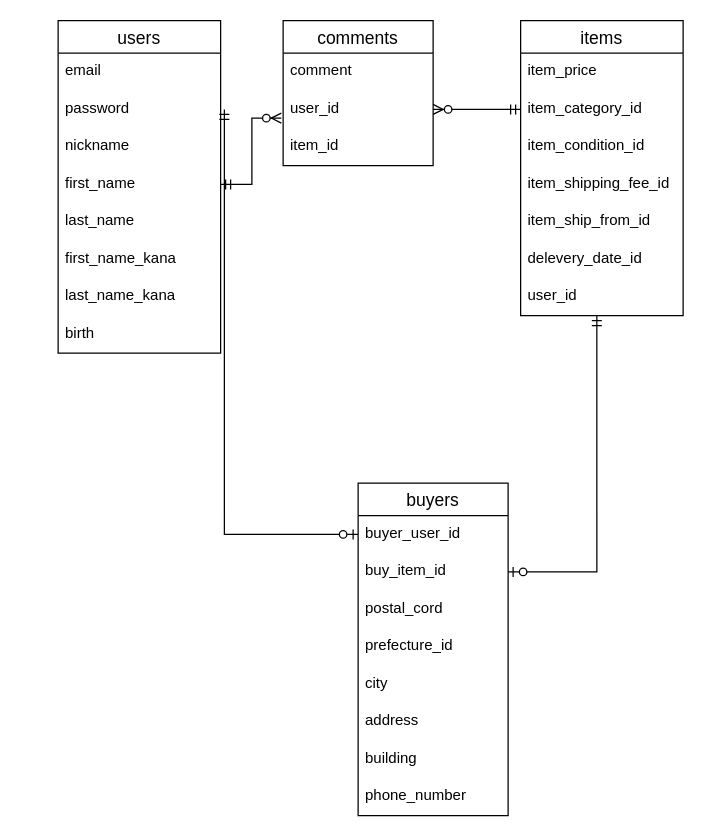
Earlier version of the draw.io diagram er.dio (nzk-tomo/furima-31124). Source tidied: cells renumbered, new cells numbered last; positions are measured from the earlier drawing's top-left corner, leaving out a move shared by most shapes. Both pictures are drawn from the tidied source at 125%, with x=0, y=0 at pixel (58, 20).
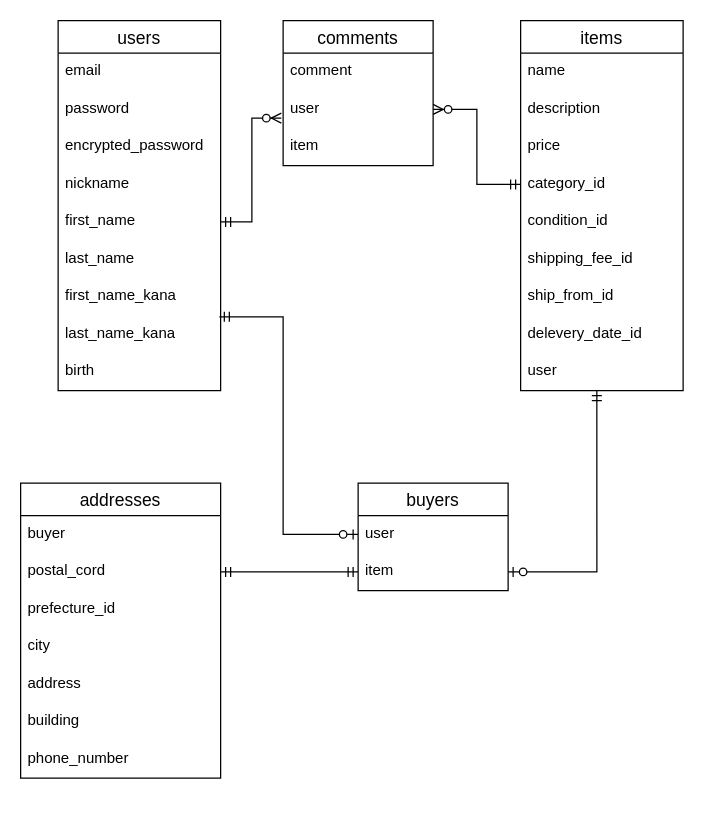
The same diagram, later.

The change refers to these unchanged cells:
```xml
<mxCell id="21" value="comments" style="swimlane;fontStyle=0;horizontal=1;startSize=26;align=center;fontSize=14;" parent="1" vertex="1">
  <mxGeometry x="180" width="120" height="116" as="geometry" />
</mxCell>
```

What changed in the source:
```diff
@@
     <mxCell id="2" value="users" style="swimlane;fontStyle=0;horizontal=1;startSize=26;align=center;fontSize=14;" parent="1" vertex="1">
-      <mxGeometry width="130" height="266" as="geometry" />
+      <mxGeometry width="130" height="296" as="geometry" />
     </mxCell>
@@
+    <mxCell id="36" value="encrypted_password" style="text;strokeColor=none;fillColor=none;spacingLeft=4;spacingRight=4;overflow=hidden;fontSize=12;" parent="2" vertex="1">
+      <mxGeometry y="86" width="130" height="30" as="geometry" />
+    </mxCell>
     <mxCell id="5" value="nickname" style="text;strokeColor=none;fillColor=none;spacingLeft=4;spacingRight=4;overflow=hidden;fontSize=12;" parent="2" vertex="1">
-      <mxGeometry y="86" width="130" height="30" as="geometry" />
+      <mxGeometry y="116" width="130" height="30" as="geometry" />
     </mxCell>
     <mxCell id="6" value="first_name" style="text;strokeColor=none;fillColor=none;spacingLeft=4;spacingRight=4;overflow=hidden;points=[[0,0.5],[1,0.5]];portConstraint=eastwest;fontSize=12;" parent="2" vertex="1">
-      <mxGeometry y="116" width="130" height="30" as="geometry" />
+      <mxGeometry y="146" width="130" height="30" as="geometry" />
     </mxCell>
     <mxCell id="7" value="last_name" style="text;strokeColor=none;fillColor=none;spacingLeft=4;spacingRight=4;overflow=hidden;fontSize=12;" parent="2" vertex="1">
-      <mxGeometry y="146" width="130" height="30" as="geometry" />
+      <mxGeometry y="176" width="130" height="30" as="geometry" />
     </mxCell>
     <mxCell id="8" value="first_name_kana" style="text;strokeColor=none;fillColor=none;spacingLeft=4;spacingRight=4;overflow=hidden;fontSize=12;" parent="2" vertex="1">
-      <mxGeometry y="176" width="130" height="30" as="geometry" />
+      <mxGeometry y="206" width="130" height="30" as="geometry" />
     </mxCell>
     <mxCell id="9" value="last_name_kana" style="text;strokeColor=none;fillColor=none;spacingLeft=4;spacingRight=4;overflow=hidden;points=[[0,0.5],[1,0.5]];portConstraint=eastwest;fontSize=12;" parent="2" vertex="1">
-      <mxGeometry y="206" width="130" height="30" as="geometry" />
+      <mxGeometry y="236" width="130" height="30" as="geometry" />
     </mxCell>
     <mxCell id="10" value="birth" style="text;strokeColor=none;fillColor=none;spacingLeft=4;spacingRight=4;overflow=hidden;fontSize=12;" parent="2" vertex="1">
-      <mxGeometry y="236" width="130" height="30" as="geometry" />
+      <mxGeometry y="266" width="130" height="30" as="geometry" />
     </mxCell>
     <mxCell id="11" value="items" style="swimlane;fontStyle=0;horizontal=1;startSize=26;align=center;fontSize=14;" parent="1" vertex="1">
-      <mxGeometry x="370" width="130" height="236" as="geometry" />
+      <mxGeometry x="370" width="130" height="296" as="geometry" />
     </mxCell>
+    <mxCell id="37" value="name" style="text;strokeColor=none;fillColor=none;spacingLeft=4;spacingRight=4;overflow=hidden;fontSize=12;" parent="11" vertex="1">
+      <mxGeometry y="26" width="130" height="30" as="geometry" />
+    </mxCell>
+    <mxCell id="38" value="description" style="text;strokeColor=none;fillColor=none;spacingLeft=4;spacingRight=4;overflow=hidden;fontSize=12;" parent="11" vertex="1">
+      <mxGeometry y="56" width="130" height="30" as="geometry" />
+    </mxCell>
-    <mxCell id="12" value="item_price" style="text;strokeColor=none;fillColor=none;spacingLeft=4;spacingRight=4;overflow=hidden;fontSize=12;" parent="11" vertex="1">
-      <mxGeometry y="26" width="130" height="30" as="geometry" />
+    <mxCell id="12" value="price" style="text;strokeColor=none;fillColor=none;spacingLeft=4;spacingRight=4;overflow=hidden;fontSize=12;" parent="11" vertex="1">
+      <mxGeometry y="86" width="130" height="30" as="geometry" />
     </mxCell>
-    <mxCell id="13" value="item_category_id" style="text;strokeColor=none;fillColor=none;spacingLeft=4;spacingRight=4;overflow=hidden;points=[[0,0.5],[1,0.5]];portConstraint=eastwest;fontSize=12;" parent="11" vertex="1">
-      <mxGeometry y="56" width="130" height="30" as="geometry" />
+    <mxCell id="13" value="category_id" style="text;strokeColor=none;fillColor=none;spacingLeft=4;spacingRight=4;overflow=hidden;points=[[0,0.5],[1,0.5]];portConstraint=eastwest;fontSize=12;" parent="11" vertex="1">
+      <mxGeometry y="116" width="130" height="30" as="geometry" />
     </mxCell>
-    <mxCell id="14" value="item_condition_id" style="text;strokeColor=none;fillColor=none;spacingLeft=4;spacingRight=4;overflow=hidden;fontSize=12;" parent="11" vertex="1">
-      <mxGeometry y="86" width="130" height="30" as="geometry" />
+    <mxCell id="14" value="condition_id" style="text;strokeColor=none;fillColor=none;spacingLeft=4;spacingRight=4;overflow=hidden;fontSize=12;" parent="11" vertex="1">
+      <mxGeometry y="146" width="130" height="30" as="geometry" />
     </mxCell>
-    <mxCell id="15" value="item_shipping_fee_id" style="text;strokeColor=none;fillColor=none;spacingLeft=4;spacingRight=4;overflow=hidden;fontSize=12;" parent="11" vertex="1">
-      <mxGeometry y="116" width="130" height="30" as="geometry" />
+    <mxCell id="15" value="shipping_fee_id" style="text;strokeColor=none;fillColor=none;spacingLeft=4;spacingRight=4;overflow=hidden;fontSize=12;" parent="11" vertex="1">
+      <mxGeometry y="176" width="130" height="30" as="geometry" />
     </mxCell>
-    <mxCell id="16" value="item_ship_from_id" style="text;strokeColor=none;fillColor=none;spacingLeft=4;spacingRight=4;overflow=hidden;fontSize=12;" parent="11" vertex="1">
-      <mxGeometry y="146" width="130" height="30" as="geometry" />
+    <mxCell id="16" value="ship_from_id" style="text;strokeColor=none;fillColor=none;spacingLeft=4;spacingRight=4;overflow=hidden;fontSize=12;" parent="11" vertex="1">
+      <mxGeometry y="206" width="130" height="30" as="geometry" />
     </mxCell>
     <mxCell id="17" value="delevery_date_id" style="text;strokeColor=none;fillColor=none;spacingLeft=4;spacingRight=4;overflow=hidden;fontSize=12;" parent="11" vertex="1">
-      <mxGeometry y="176" width="130" height="30" as="geometry" />
+      <mxGeometry y="236" width="130" height="30" as="geometry" />
     </mxCell>
-    <mxCell id="18" value="user_id" style="text;strokeColor=none;fillColor=none;spacingLeft=4;spacingRight=4;overflow=hidden;points=[[0,0.5],[1,0.5]];portConstraint=eastwest;fontSize=12;" parent="11" vertex="1">
-      <mxGeometry y="206" width="130" height="30" as="geometry" />
+    <mxCell id="18" value="user" style="text;strokeColor=none;fillColor=none;spacingLeft=4;spacingRight=4;overflow=hidden;points=[[0,0.5],[1,0.5]];portConstraint=eastwest;fontSize=12;" parent="11" vertex="1">
+      <mxGeometry y="266" width="130" height="30" as="geometry" />
     </mxCell>
@@
-    <mxCell id="23" value="user_id" style="text;strokeColor=none;fillColor=none;spacingLeft=4;spacingRight=4;overflow=hidden;points=[[0,0.5],[1,0.5]];portConstraint=eastwest;fontSize=12;" parent="21" vertex="1">
+    <mxCell id="23" value="user" style="text;strokeColor=none;fillColor=none;spacingLeft=4;spacingRight=4;overflow=hidden;points=[[0,0.5],[1,0.5]];portConstraint=eastwest;fontSize=12;" parent="21" vertex="1">
       <mxGeometry y="56" width="120" height="30" as="geometry" />
     </mxCell>
-    <mxCell id="24" value="item_id" style="text;strokeColor=none;fillColor=none;spacingLeft=4;spacingRight=4;overflow=hidden;fontSize=12;" parent="21" vertex="1">
+    <mxCell id="24" value="item" style="text;strokeColor=none;fillColor=none;spacingLeft=4;spacingRight=4;overflow=hidden;fontSize=12;" parent="21" vertex="1">
       <mxGeometry y="86" width="120" height="30" as="geometry" />
     </mxCell>
-    <mxCell id="25" style="edgeStyle=orthogonalEdgeStyle;rounded=0;jettySize=auto;html=1;exitX=1.023;exitY=0.267;exitDx=0;exitDy=0;entryX=0;entryY=0.5;entryDx=0;entryDy=0;startArrow=ERmandOne;startFill=0;endArrow=ERzeroToOne;endFill=1;exitPerimeter=0;" parent="1" edge="1" source="2" target="27">
-      <mxGeometry relative="1" as="geometry" />
+    <mxCell id="25" style="edgeStyle=orthogonalEdgeStyle;rounded=0;jettySize=auto;html=1;entryX=0;entryY=0.5;entryDx=0;entryDy=0;startArrow=ERmandOne;startFill=0;endArrow=ERzeroToOne;endFill=1;exitX=0.992;exitY=0.033;exitDx=0;exitDy=0;exitPerimeter=0;" parent="1" edge="1" source="9" target="27">
+      <mxGeometry relative="1" as="geometry">
+        <Array as="points">
+          <mxPoint x="180" y="237" />
+          <mxPoint x="180" y="411" />
+        </Array>
+      </mxGeometry>
     </mxCell>
     <mxCell id="26" value="buyers" style="swimlane;fontStyle=0;horizontal=1;startSize=26;align=center;fontSize=14;" parent="1" vertex="1">
-      <mxGeometry x="240" y="370" width="120" height="266" as="geometry" />
+      <mxGeometry x="240" y="370" width="120" height="86" as="geometry" />
     </mxCell>
-    <mxCell id="27" value="buyer_user_id" style="text;strokeColor=none;fillColor=none;spacingLeft=4;spacingRight=4;overflow=hidden;points=[[0,0.5],[1,0.5]];portConstraint=eastwest;fontSize=12;" parent="26" vertex="1">
+    <mxCell id="27" value="user" style="text;strokeColor=none;fillColor=none;spacingLeft=4;spacingRight=4;overflow=hidden;points=[[0,0.5],[1,0.5]];portConstraint=eastwest;fontSize=12;" parent="26" vertex="1">
       <mxGeometry y="26" width="120" height="30" as="geometry" />
     </mxCell>
-    <mxCell id="28" value="buy_item_id" style="text;strokeColor=none;fillColor=none;spacingLeft=4;spacingRight=4;overflow=hidden;points=[[0,0.5],[1,0.5]];portConstraint=eastwest;fontSize=12;" parent="26" vertex="1">
+    <mxCell id="28" value="item" style="text;strokeColor=none;fillColor=none;spacingLeft=4;spacingRight=4;overflow=hidden;points=[[0,0.5],[1,0.5]];portConstraint=eastwest;fontSize=12;" parent="26" vertex="1">
       <mxGeometry y="56" width="120" height="30" as="geometry" />
     </mxCell>
+    <mxCell id="35" style="edgeStyle=orthogonalEdgeStyle;rounded=0;jettySize=auto;html=1;entryX=0.469;entryY=1;entryDx=0;entryDy=0;entryPerimeter=0;startArrow=ERzeroToOne;startFill=1;endArrow=ERmandOne;endFill=0;exitX=1;exitY=0.5;exitDx=0;exitDy=0;" parent="1" edge="1" source="28" target="18">
+      <mxGeometry relative="1" as="geometry">
+        <Array as="points">
+          <mxPoint x="431" y="441" />
+        </Array>
+      </mxGeometry>
+    </mxCell>
+    <mxCell id="39" value="addresses" style="swimlane;fontStyle=0;horizontal=1;startSize=26;align=center;fontSize=14;" parent="1" vertex="1">
+      <mxGeometry x="-30" y="370" width="160" height="236" as="geometry" />
+    </mxCell>
+    <mxCell id="40" value="buyer" style="text;strokeColor=none;fillColor=none;spacingLeft=4;spacingRight=4;overflow=hidden;fontSize=12;" parent="39" vertex="1">
+      <mxGeometry y="26" width="160" height="30" as="geometry" />
+    </mxCell>
-    <mxCell id="29" value="postal_cord" style="text;strokeColor=none;fillColor=none;spacingLeft=4;spacingRight=4;overflow=hidden;points=[[0,0.5],[1,0.5]];portConstraint=eastwest;fontSize=12;" parent="26" vertex="1">
-      <mxGeometry y="86" width="120" height="30" as="geometry" />
+    <mxCell id="29" value="postal_cord" style="text;strokeColor=none;fillColor=none;spacingLeft=4;spacingRight=4;overflow=hidden;points=[[0,0.5],[1,0.5]];portConstraint=eastwest;fontSize=12;" parent="39" vertex="1">
+      <mxGeometry y="56" width="160" height="30" as="geometry" />
     </mxCell>
-    <mxCell id="30" value="prefecture_id" style="text;strokeColor=none;fillColor=none;spacingLeft=4;spacingRight=4;overflow=hidden;fontSize=12;" parent="26" vertex="1">
-      <mxGeometry y="116" width="120" height="30" as="geometry" />
+    <mxCell id="30" value="prefecture_id" style="text;strokeColor=none;fillColor=none;spacingLeft=4;spacingRight=4;overflow=hidden;fontSize=12;" parent="39" vertex="1">
+      <mxGeometry y="86" width="160" height="30" as="geometry" />
     </mxCell>
-    <mxCell id="31" value="city" style="text;strokeColor=none;fillColor=none;spacingLeft=4;spacingRight=4;overflow=hidden;fontSize=12;" parent="26" vertex="1">
-      <mxGeometry y="146" width="120" height="30" as="geometry" />
+    <mxCell id="31" value="city" style="text;strokeColor=none;fillColor=none;spacingLeft=4;spacingRight=4;overflow=hidden;fontSize=12;" parent="39" vertex="1">
+      <mxGeometry y="116" width="160" height="30" as="geometry" />
     </mxCell>
-    <mxCell id="32" value="address" style="text;strokeColor=none;fillColor=none;spacingLeft=4;spacingRight=4;overflow=hidden;fontSize=12;" parent="26" vertex="1">
-      <mxGeometry y="176" width="120" height="30" as="geometry" />
+    <mxCell id="32" value="address" style="text;strokeColor=none;fillColor=none;spacingLeft=4;spacingRight=4;overflow=hidden;fontSize=12;" parent="39" vertex="1">
+      <mxGeometry y="146" width="160" height="30" as="geometry" />
     </mxCell>
-    <mxCell id="33" value="building" style="text;strokeColor=none;fillColor=none;spacingLeft=4;spacingRight=4;overflow=hidden;fontSize=12;" parent="26" vertex="1">
-      <mxGeometry y="206" width="120" height="30" as="geometry" />
+    <mxCell id="33" value="building" style="text;strokeColor=none;fillColor=none;spacingLeft=4;spacingRight=4;overflow=hidden;fontSize=12;" parent="39" vertex="1">
+      <mxGeometry y="176" width="160" height="30" as="geometry" />
     </mxCell>
-    <mxCell id="34" value="phone_number" style="text;strokeColor=none;fillColor=none;spacingLeft=4;spacingRight=4;overflow=hidden;fontSize=12;" parent="26" vertex="1">
-      <mxGeometry y="236" width="120" height="30" as="geometry" />
+    <mxCell id="34" value="phone_number" style="text;strokeColor=none;fillColor=none;spacingLeft=4;spacingRight=4;overflow=hidden;fontSize=12;" parent="39" vertex="1">
+      <mxGeometry y="206" width="160" height="30" as="geometry" />
     </mxCell>
-    <mxCell id="35" style="edgeStyle=orthogonalEdgeStyle;rounded=0;jettySize=auto;html=1;entryX=0.469;entryY=1;entryDx=0;entryDy=0;entryPerimeter=0;startArrow=ERzeroToOne;startFill=1;endArrow=ERmandOne;endFill=0;exitX=1;exitY=0.5;exitDx=0;exitDy=0;" parent="1" edge="1" source="28" target="18">
-      <mxGeometry relative="1" as="geometry">
-        <Array as="points">
-          <mxPoint x="431" y="441" />
-        </Array>
-      </mxGeometry>
-    </mxCell>
+    <mxCell id="41" style="edgeStyle=orthogonalEdgeStyle;rounded=0;jettySize=auto;html=1;exitX=1;exitY=0.5;exitDx=0;exitDy=0;entryX=0;entryY=0.5;entryDx=0;entryDy=0;startArrow=ERmandOne;startFill=0;endArrow=ERmandOne;endFill=0;" parent="1" edge="1" source="29" target="28">
+      <mxGeometry relative="1" as="geometry" />
+    </mxCell>
```
